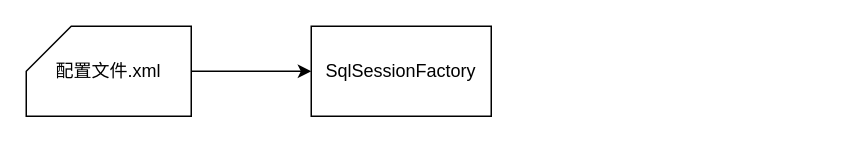
bluefantasy2014/draw.io keeps this draw.io diagram as mybatis.drawio. Above is the earlier version. Source tidied: cells renumbered, new cells numbered last; positions are measured from the earlier drawing's top-left corner, leaving out a move shared by most shapes. Both pictures are drawn from the tidied source at 150%, with x=0, y=0 at pixel (26, 26).
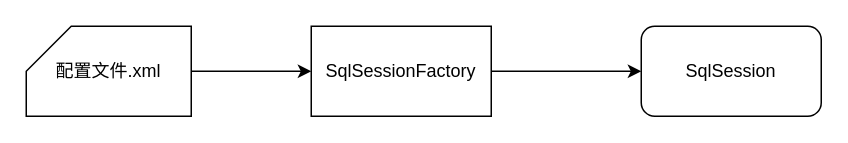
The same diagram, later.

What changed in the source:
```diff
@@
 <mxGraphModel>
   <root>
     <mxCell id="0" />
     <mxCell id="1" parent="0" />
+    <mxCell id="5" style="edgeStyle=orthogonalEdgeStyle;rounded=0;jettySize=auto;html=1;exitX=1;exitY=0.5;exitDx=0;exitDy=0;entryX=0;entryY=0.5;entryDx=0;entryDy=0;" parent="1" edge="1" source="2" target="6">
+      <mxGeometry relative="1" as="geometry" />
+    </mxCell>
     <mxCell id="2" value="SqlSessionFactory" style="rounded=0;whiteSpace=wrap;html=1;" parent="1" vertex="1">
       <mxGeometry x="190" width="120" height="60" as="geometry" />
     </mxCell>
     <mxCell id="3" style="edgeStyle=orthogonalEdgeStyle;rounded=0;jettySize=auto;html=1;exitX=1;exitY=0.5;exitDx=0;exitDy=0;exitPerimeter=0;entryX=0;entryY=0.5;entryDx=0;entryDy=0;" parent="1" edge="1" source="4" target="2">
       <mxGeometry relative="1" as="geometry" />
     </mxCell>
     <mxCell id="4" value="配置文件.xml" style="shape=card;whiteSpace=wrap;html=1;" parent="1" vertex="1">
       <mxGeometry width="110" height="60" as="geometry" />
     </mxCell>
+    <mxCell id="6" value="SqlSession&lt;br&gt;" style="rounded=1;whiteSpace=wrap;html=1;" parent="1" vertex="1">
+      <mxGeometry x="410" width="120" height="60" as="geometry" />
+    </mxCell>
   </root>
 </mxGraphModel>
```
